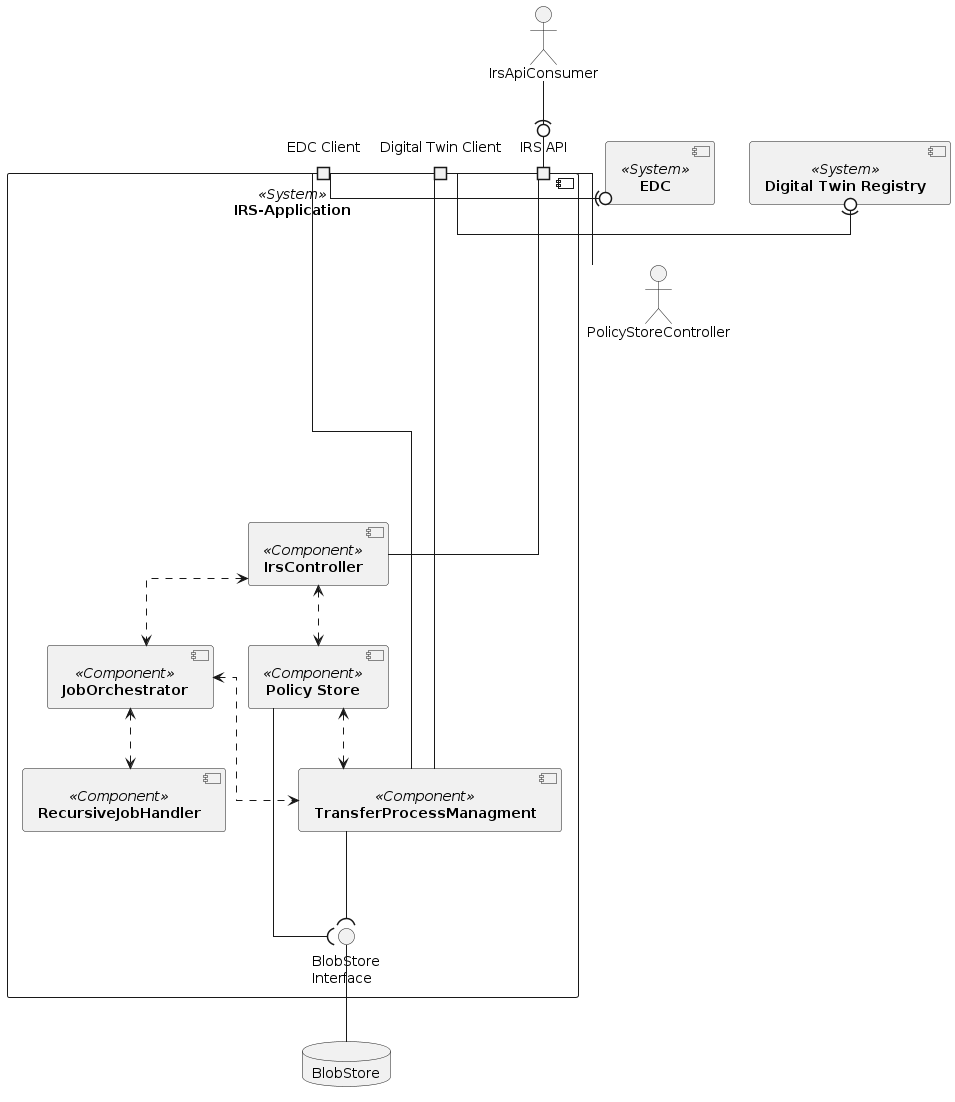
This is docs/assets/arc42/arc42_003.png from catenax-ng/tx-item-relationship-service, a PlantUML export, as it was before one commit.
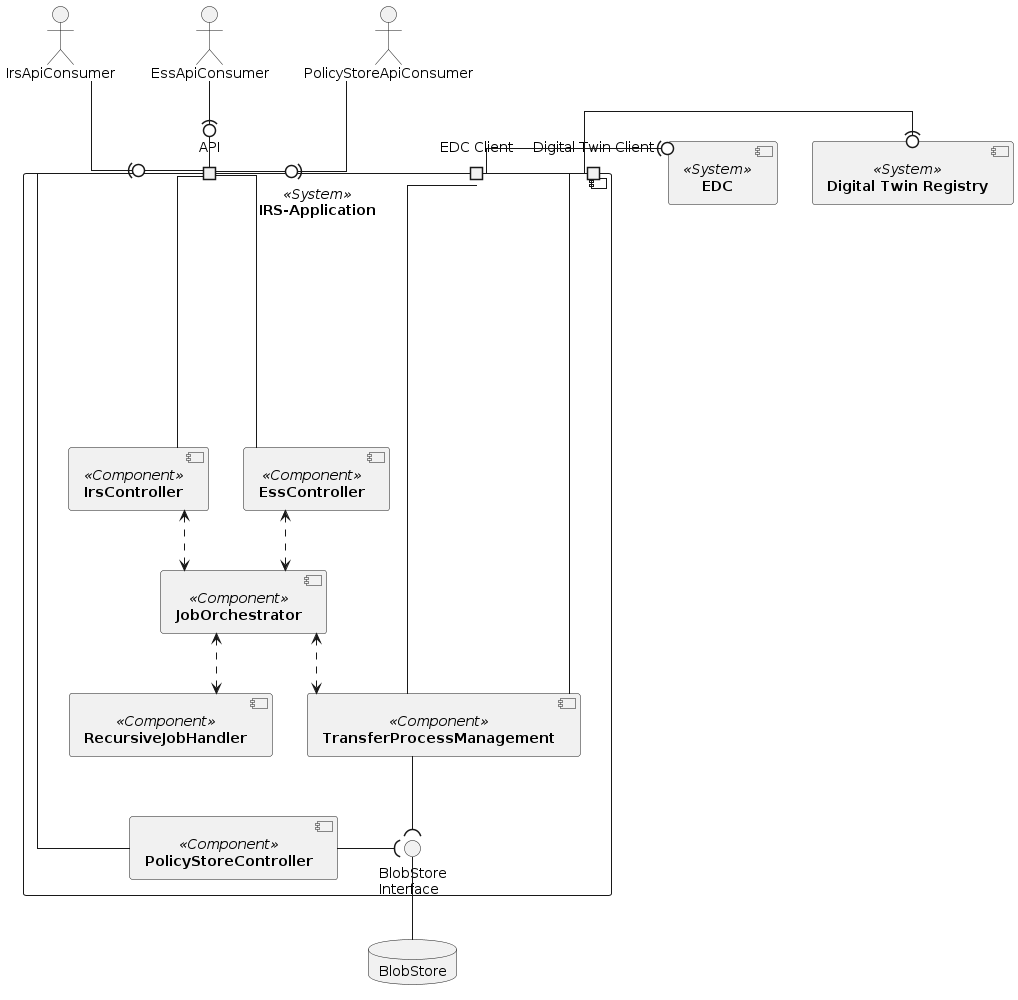
Later version of the same file.

What changed in the source:
```diff
@@ -8,11 +8,13 @@
  component [**IRS-Application**] <<System>> as IRS {
     component [**RecursiveJobHandler**] <<Component>> as RecursiveJobHandler
     component [**IrsController**] <<Component>> as IrsController
+    component [**PolicyStoreController**] <<Component>> as PolicyStoreController
+    component [**EssController**] <<Component>> as EssController
     component [**JobOrchestrator**] <<Component>> as JobOrchestrator
-    component [**TransferProcessManagment**] <<Component>> as TransferProcessManagement
-    component [**Policy Store**] <<Component>> as PolicyStore
+    component [**TransferProcessManagement**] <<Component>> as TransferProcessManagement
 
-    port "IRS API" as API_PORT
+
+    port "API" as API_PORT
     port "Digital Twin Client" as AAS_PORT
     port "EDC Client" as EDC_PORT
 
@@ -23,24 +25,27 @@
     JobOrchestrator <..> TransferProcessManagement
     JobOrchestrator <..> RecursiveJobHandler
     TransferProcessManagement --( StoreInterface
-    PolicyStore --( StoreInterface
-    PolicyStore <..> TransferProcessManagement
-    IrsController <..> PolicyStore
-
+    PolicyStoreController -( StoreInterface
+    EssController <..> JobOrchestrator
 
 }
 component [**Digital Twin Registry**] <<System>> as DTR
 component [**EDC**] <<System>> as EDC
 actor IrsApiConsumer
+actor EssApiConsumer
+actor PolicyStoreApiConsumer
 IrsController -up- API_PORT
-PolicyStoreController -up- API_PORT
+PolicyStoreController -down- API_PORT
+EssController -down- API_PORT
 IrsApiConsumer -(0- API_PORT
+EssApiConsumer -(0- API_PORT
+PolicyStoreApiConsumer -(0- API_PORT
 
 
 TransferProcessManagement --- AAS_PORT
 TransferProcessManagement --- EDC_PORT
-AAS_PORT -(0 DTR
-EDC_PORT -(0 EDC
+AAS_PORT --right-(0 DTR
+EDC_PORT --right-(0 EDC
 
 database "BlobStore" as BlobStore
 StoreInterface -down- BlobStore
```
